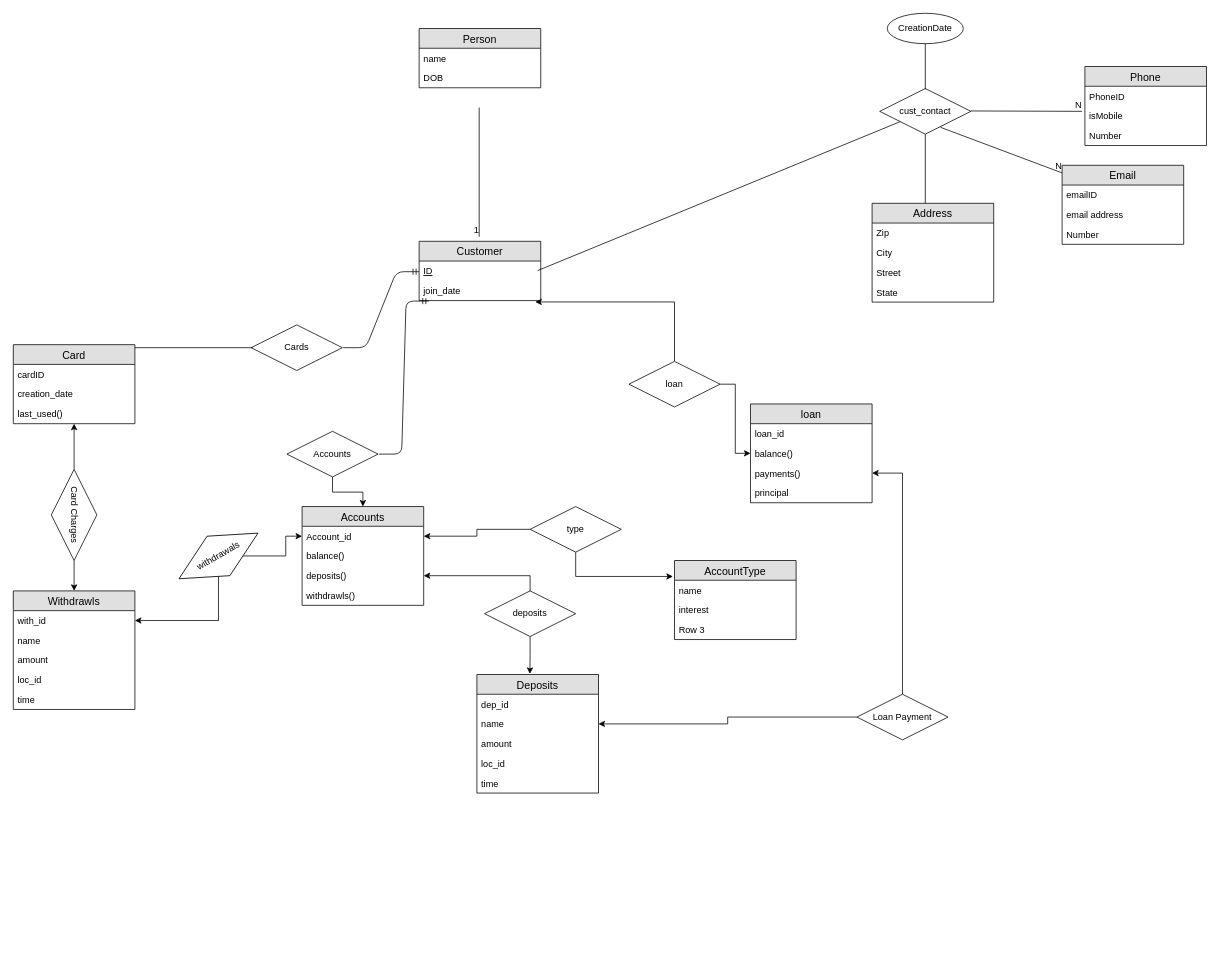
Above: CSE341-initial.drawio in codyben/cse341-final-proj (draw.io), before the change. Source tidied: cells renumbered, new cells numbered last; positions are measured from the earlier drawing's top-left corner, leaving out a move shared by most shapes. Both pictures are drawn from the tidied source at 76%, with x=0, y=0 at pixel (13, 13).
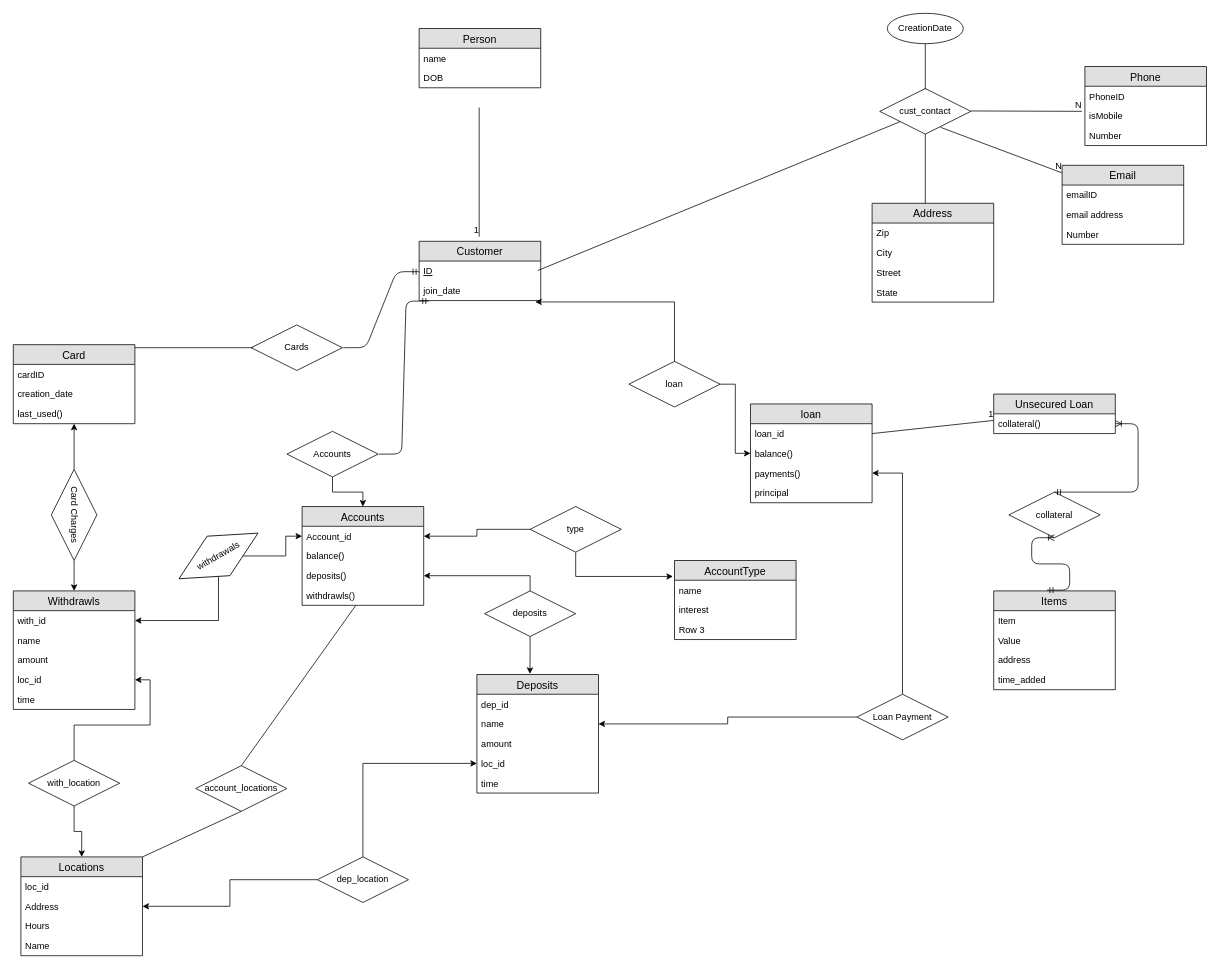
The same diagram, later.

Unchanged cells that the change refers to:
```xml
<mxCell id="46" value="loc_id" style="text;strokeColor=none;fillColor=none;spacingLeft=4;spacingRight=4;overflow=hidden;points=[[0,0.5],[1,0.5]];portConstraint=eastwest;fontSize=12;" parent="42" vertex="1">
  <mxGeometry y="104" width="160" height="26" as="geometry" />
</mxCell>
<mxCell id="55" value="withdrawls()" style="text;strokeColor=none;fillColor=none;spacingLeft=4;spacingRight=4;overflow=hidden;points=[[0,0.5],[1,0.5]];portConstraint=eastwest;fontSize=12;" parent="51" vertex="1">
  <mxGeometry y="104" width="160" height="26" as="geometry" />
</mxCell>
<mxCell id="66" value="loc_id" style="text;strokeColor=none;fillColor=none;spacingLeft=4;spacingRight=4;overflow=hidden;points=[[0,0.5],[1,0.5]];portConstraint=eastwest;fontSize=12;" parent="62" vertex="1">
  <mxGeometry y="104" width="160" height="26" as="geometry" />
</mxCell>
<mxCell id="79" value="loan_id" style="text;strokeColor=none;fillColor=none;spacingLeft=4;spacingRight=4;overflow=hidden;points=[[0,0.5],[1,0.5]];portConstraint=eastwest;fontSize=12;" parent="78" vertex="1">
  <mxGeometry y="26" width="160" height="26" as="geometry" />
</mxCell>
```

The edit, as a diff of the source:
```diff
@@
+    <mxCell id="86" value="Locations" style="swimlane;fontStyle=0;horizontal=1;startSize=26;fillColor=#e0e0e0;swimlaneFillColor=#ffffff;align=center;fontSize=14;" parent="1" vertex="1">
+      <mxGeometry x="10" y="1110" width="160" height="130" as="geometry" />
+    </mxCell>
+    <mxCell id="87" value="loc_id" style="text;strokeColor=none;fillColor=none;spacingLeft=4;spacingRight=4;overflow=hidden;fontSize=12;" parent="86" vertex="1">
+      <mxGeometry y="26" width="160" height="26" as="geometry" />
+    </mxCell>
+    <mxCell id="88" value="Address" style="text;strokeColor=none;fillColor=none;spacingLeft=4;spacingRight=4;overflow=hidden;points=[[0,0.5],[1,0.5]];portConstraint=eastwest;fontSize=12;" parent="86" vertex="1">
+      <mxGeometry y="52" width="160" height="26" as="geometry" />
+    </mxCell>
+    <mxCell id="89" value="Hours" style="text;strokeColor=none;fillColor=none;spacingLeft=4;spacingRight=4;overflow=hidden;fontSize=12;" parent="86" vertex="1">
+      <mxGeometry y="78" width="160" height="26" as="geometry" />
+    </mxCell>
+    <mxCell id="90" value="Name" style="text;strokeColor=none;fillColor=none;spacingLeft=4;spacingRight=4;overflow=hidden;fontSize=12;" parent="86" vertex="1">
+      <mxGeometry y="104" width="160" height="26" as="geometry" />
+    </mxCell>
+    <mxCell id="91" style="endArrow=none;html=1;rounded=0;exitX=1;exitY=0.5;exitDx=0;exitDy=0;" parent="1" edge="1" source="79" target="93">
+      <mxGeometry relative="1" as="geometry" />
+    </mxCell>
+    <mxCell id="92" value="1" style="html=1;align=right;verticalAlign=bottom;" parent="91" vertex="1">
+      <mxGeometry x="1" relative="1" as="geometry" />
+    </mxCell>
+    <mxCell id="93" value="Unsecured Loan" style="swimlane;fontStyle=0;horizontal=1;startSize=26;fillColor=#e0e0e0;swimlaneFillColor=#ffffff;align=center;fontSize=14;" parent="1" vertex="1">
+      <mxGeometry x="1290" y="501" width="160" height="52" as="geometry" />
+    </mxCell>
+    <mxCell id="94" value="collateral()" style="text;strokeColor=none;fillColor=none;spacingLeft=4;spacingRight=4;overflow=hidden;points=[[0,0.5],[1,0.5]];portConstraint=eastwest;fontSize=12;" parent="93" vertex="1">
+      <mxGeometry y="26" width="160" height="26" as="geometry" />
+    </mxCell>
+    <mxCell id="95" value="Items" style="swimlane;fontStyle=0;horizontal=1;startSize=26;fillColor=#e0e0e0;swimlaneFillColor=#ffffff;align=center;fontSize=14;" parent="1" vertex="1">
+      <mxGeometry x="1290" y="760" width="160" height="130" as="geometry" />
+    </mxCell>
+    <mxCell id="96" value="Item" style="text;strokeColor=none;fillColor=none;spacingLeft=4;spacingRight=4;overflow=hidden;fontSize=12;" parent="95" vertex="1">
+      <mxGeometry y="26" width="160" height="26" as="geometry" />
+    </mxCell>
+    <mxCell id="97" value="Value" style="text;strokeColor=none;fillColor=none;spacingLeft=4;spacingRight=4;overflow=hidden;fontSize=12;" parent="95" vertex="1">
+      <mxGeometry y="52" width="160" height="26" as="geometry" />
+    </mxCell>
+    <mxCell id="98" value="address" style="text;strokeColor=none;fillColor=none;spacingLeft=4;spacingRight=4;overflow=hidden;fontSize=12;" parent="95" vertex="1">
+      <mxGeometry y="78" width="160" height="26" as="geometry" />
+    </mxCell>
+    <mxCell id="99" value="time_added" style="text;strokeColor=none;fillColor=none;spacingLeft=4;spacingRight=4;overflow=hidden;fontSize=12;" parent="95" vertex="1">
+      <mxGeometry y="104" width="160" height="26" as="geometry" />
+    </mxCell>
+    <mxCell id="100" value="collateral" style="shape=rhombus;perimeter=rhombusPerimeter;whiteSpace=wrap;html=1;align=center;" parent="1" vertex="1">
+      <mxGeometry x="1310" y="630" width="120" height="60" as="geometry" />
+    </mxCell>
+    <mxCell id="101" style="edgeStyle=entityRelationEdgeStyle;fontSize=12;html=1;endArrow=ERoneToMany;startArrow=ERmandOne;exitX=0.5;exitY=0;exitDx=0;exitDy=0;" parent="1" edge="1" source="100" target="94">
+      <mxGeometry relative="1" as="geometry" />
+    </mxCell>
+    <mxCell id="102" style="edgeStyle=entityRelationEdgeStyle;fontSize=12;html=1;endArrow=ERoneToMany;startArrow=ERmandOne;exitX=0.5;exitY=0;exitDx=0;exitDy=0;entryX=0.5;entryY=1;entryDx=0;entryDy=0;" parent="1" edge="1" target="100">
+      <mxGeometry relative="1" as="geometry">
+        <mxPoint x="1360" y="759" as="sourcePoint" />
+      </mxGeometry>
+    </mxCell>
+    <mxCell id="103" value="account_locations" style="shape=rhombus;perimeter=rhombusPerimeter;whiteSpace=wrap;html=1;align=center;" parent="1" vertex="1">
+      <mxGeometry x="240" y="990" width="120" height="60" as="geometry" />
+    </mxCell>
+    <mxCell id="104" style="endArrow=none;html=1;rounded=0;" parent="1" edge="1" target="55">
+      <mxGeometry relative="1" as="geometry">
+        <mxPoint x="300" y="990" as="sourcePoint" />
+      </mxGeometry>
+    </mxCell>
+    <mxCell id="105" style="endArrow=none;html=1;rounded=0;exitX=1;exitY=0;exitDx=0;exitDy=0;" parent="1" edge="1" source="86">
+      <mxGeometry relative="1" as="geometry">
+        <mxPoint x="300" y="1050" as="targetPoint" />
+      </mxGeometry>
+    </mxCell>
+    <mxCell id="106" style="edgeStyle=orthogonalEdgeStyle;rounded=0;jettySize=auto;html=1;entryX=1;entryY=0.5;entryDx=0;entryDy=0;" parent="1" edge="1" source="108" target="88">
+      <mxGeometry relative="1" as="geometry" />
+    </mxCell>
+    <mxCell id="107" style="edgeStyle=orthogonalEdgeStyle;rounded=0;jettySize=auto;html=1;entryX=0;entryY=0.5;entryDx=0;entryDy=0;" parent="1" edge="1" source="108" target="66">
+      <mxGeometry relative="1" as="geometry" />
+    </mxCell>
+    <mxCell id="108" value="dep_location" style="shape=rhombus;perimeter=rhombusPerimeter;whiteSpace=wrap;html=1;align=center;" parent="1" vertex="1">
+      <mxGeometry x="400" y="1110" width="120" height="60" as="geometry" />
+    </mxCell>
+    <mxCell id="109" style="edgeStyle=orthogonalEdgeStyle;rounded=0;jettySize=auto;html=1;entryX=0.5;entryY=0;entryDx=0;entryDy=0;" parent="1" edge="1" source="111" target="86">
+      <mxGeometry relative="1" as="geometry" />
+    </mxCell>
+    <mxCell id="110" style="edgeStyle=orthogonalEdgeStyle;rounded=0;jettySize=auto;html=1;" parent="1" edge="1" source="111" target="46">
+      <mxGeometry relative="1" as="geometry" />
+    </mxCell>
+    <mxCell id="111" value="with_location" style="shape=rhombus;perimeter=rhombusPerimeter;whiteSpace=wrap;html=1;align=center;" parent="1" vertex="1">
+      <mxGeometry x="20" y="983" width="120" height="60" as="geometry" />
+    </mxCell>
```
